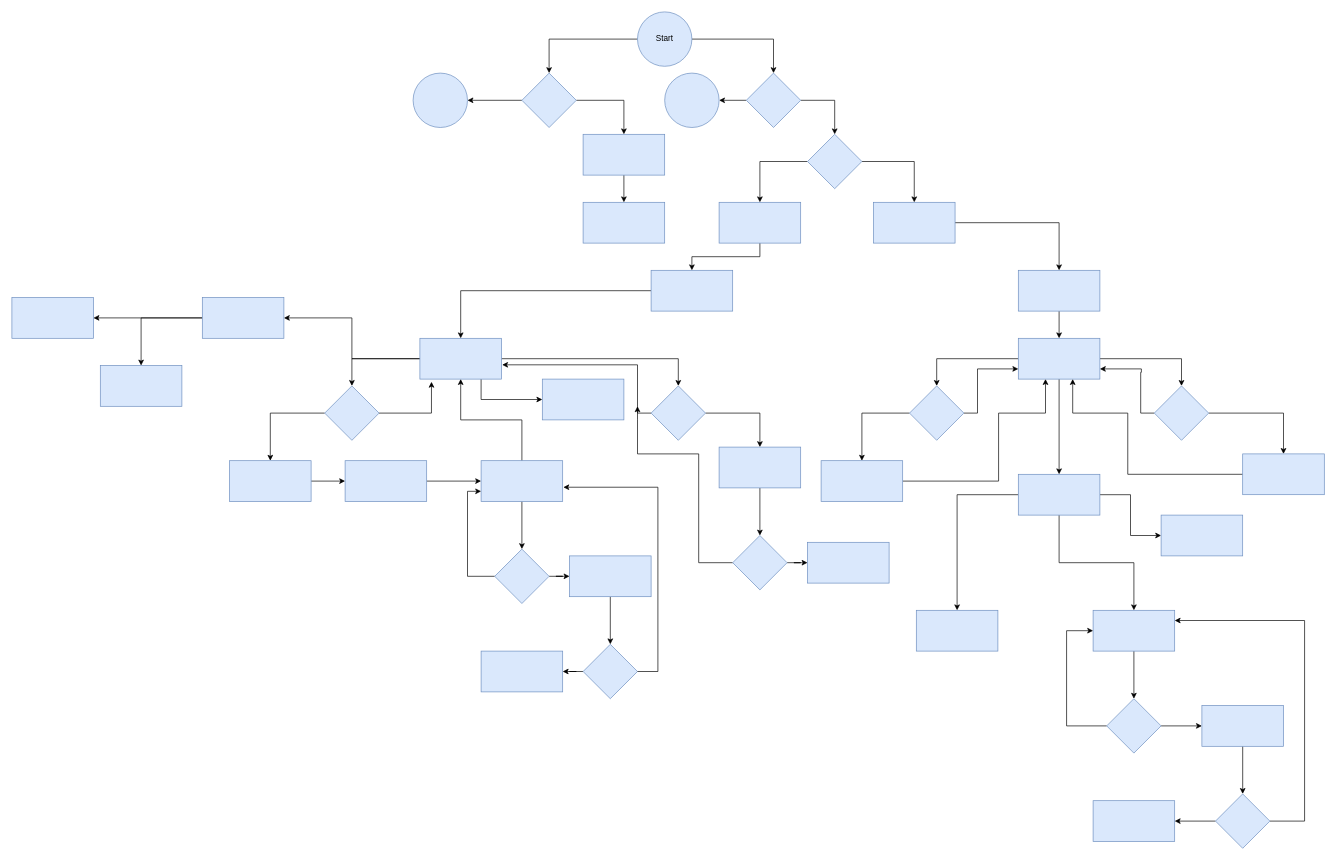
MaximKolody/MaximKolody1 keeps this draw.io diagram as Діаграма без назви.drawio. Above is the earlier version. Source tidied: cells renumbered, new cells numbered last; positions are measured from the earlier drawing's top-left corner, leaving out a move shared by most shapes. Both pictures are drawn from the tidied source at 68%, with x=0, y=0 at pixel (12, 12).
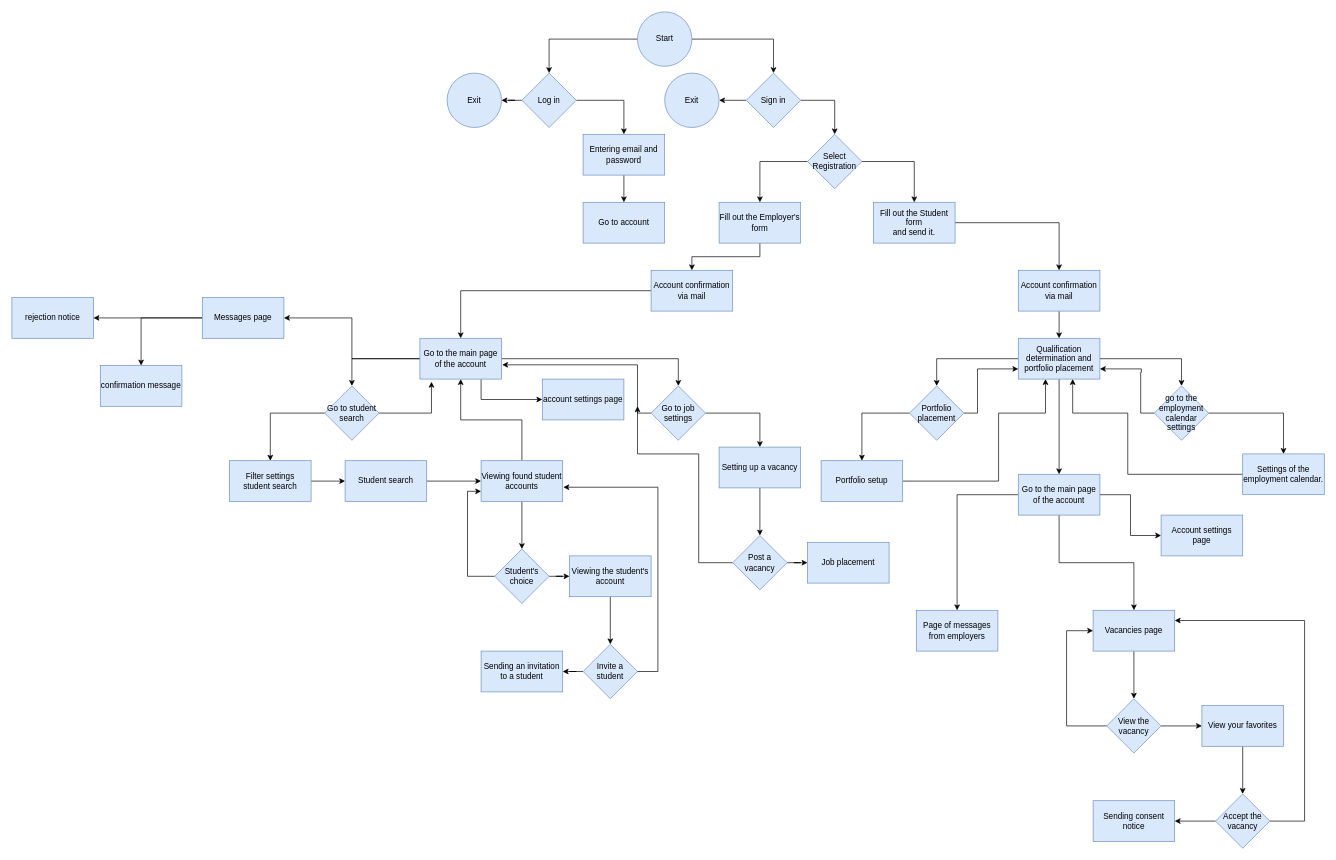
After the change.

Change to the diagram source:
```diff
@@
-    <mxCell id="7" style="rhombus;whiteSpace=wrap;html=1;fillColor=#dae8fc;strokeColor=#6c8ebf;" parent="1" vertex="1">
+    <mxCell id="7" value="Sign in" style="rhombus;whiteSpace=wrap;html=1;fillColor=#dae8fc;strokeColor=#6c8ebf;" parent="1" vertex="1">
       <mxGeometry x="1080" y="90" width="80" height="80" as="geometry" />
     </mxCell>
@@
-    <mxCell id="10" style="rhombus;whiteSpace=wrap;html=1;fillColor=#dae8fc;strokeColor=#6c8ebf;" parent="1" vertex="1">
+    <mxCell id="10" value="Log in" style="rhombus;whiteSpace=wrap;html=1;fillColor=#dae8fc;strokeColor=#6c8ebf;" parent="1" vertex="1">
       <mxGeometry x="750" y="90" width="80" height="80" as="geometry" />
     </mxCell>
-    <mxCell id="11" style="ellipse;whiteSpace=wrap;html=1;fillColor=#dae8fc;strokeColor=#6c8ebf;" parent="1" vertex="1">
+    <mxCell id="11" value="Exit" style="ellipse;whiteSpace=wrap;html=1;fillColor=#dae8fc;strokeColor=#6c8ebf;" parent="1" vertex="1">
       <mxGeometry x="960" y="90" width="80" height="80" as="geometry" />
     </mxCell>
@@
-    <mxCell id="14" style="rhombus;whiteSpace=wrap;html=1;fillColor=#dae8fc;strokeColor=#6c8ebf;" parent="1" vertex="1">
+    <mxCell id="14" value="Select Registration" style="rhombus;whiteSpace=wrap;html=1;fillColor=#dae8fc;strokeColor=#6c8ebf;" parent="1" vertex="1">
       <mxGeometry x="1170" y="180" width="80" height="80" as="geometry" />
     </mxCell>
@@
-    <mxCell id="16" style="whiteSpace=wrap;html=1;fillColor=#dae8fc;strokeColor=#6c8ebf;" parent="1" vertex="1">
+    <mxCell id="16" value="Fill out the Employer's form" style="whiteSpace=wrap;html=1;fillColor=#dae8fc;strokeColor=#6c8ebf;" parent="1" vertex="1">
       <mxGeometry x="1040" y="280" width="120" height="60" as="geometry" />
     </mxCell>
@@
-    <mxCell id="18" style="whiteSpace=wrap;html=1;fillColor=#dae8fc;strokeColor=#6c8ebf;" parent="1" vertex="1">
+    <mxCell id="18" value="&lt;div&gt;Fill out the Student form&lt;/div&gt;&lt;div&gt;and send it.&lt;/div&gt;" style="whiteSpace=wrap;html=1;fillColor=#dae8fc;strokeColor=#6c8ebf;" parent="1" vertex="1">
       <mxGeometry x="1267" y="280" width="120" height="60" as="geometry" />
     </mxCell>
@@
-    <mxCell id="20" style="whiteSpace=wrap;html=1;fillColor=#dae8fc;strokeColor=#6c8ebf;" parent="1" vertex="1">
+    <mxCell id="20" value="Account confirmation via mail" style="whiteSpace=wrap;html=1;fillColor=#dae8fc;strokeColor=#6c8ebf;" parent="1" vertex="1">
       <mxGeometry x="1480" y="380" width="120" height="60" as="geometry" />
     </mxCell>
@@
-    <mxCell id="24" style="whiteSpace=wrap;html=1;fillColor=#dae8fc;strokeColor=#6c8ebf;" parent="1" vertex="1">
+    <mxCell id="24" value="Qualification determination and portfolio placement" style="whiteSpace=wrap;html=1;fillColor=#dae8fc;strokeColor=#6c8ebf;" parent="1" vertex="1">
       <mxGeometry x="1480" y="480" width="120" height="60" as="geometry" />
     </mxCell>
@@
-    <mxCell id="27" style="rhombus;whiteSpace=wrap;html=1;fillColor=#dae8fc;strokeColor=#6c8ebf;" parent="1" vertex="1">
+    <mxCell id="27" value="Portfolio placement" style="rhombus;whiteSpace=wrap;html=1;fillColor=#dae8fc;strokeColor=#6c8ebf;" parent="1" vertex="1">
       <mxGeometry x="1320" y="550" width="80" height="80" as="geometry" />
     </mxCell>
@@
-    <mxCell id="30" style="rhombus;whiteSpace=wrap;html=1;fillColor=#dae8fc;strokeColor=#6c8ebf;" parent="1" vertex="1">
+    <mxCell id="30" value="go to the employment calendar settings" style="rhombus;whiteSpace=wrap;html=1;fillColor=#dae8fc;strokeColor=#6c8ebf;" parent="1" vertex="1">
       <mxGeometry x="1680" y="550" width="80" height="80" as="geometry" />
     </mxCell>
@@
-    <mxCell id="32" style="whiteSpace=wrap;html=1;fillColor=#dae8fc;strokeColor=#6c8ebf;" parent="1" vertex="1">
+    <mxCell id="32" value="Settings of the employment calendar." style="whiteSpace=wrap;html=1;fillColor=#dae8fc;strokeColor=#6c8ebf;" parent="1" vertex="1">
       <mxGeometry x="1810" y="650" width="120" height="60" as="geometry" />
     </mxCell>
@@
-    <mxCell id="36" style="whiteSpace=wrap;html=1;fillColor=#dae8fc;strokeColor=#6c8ebf;" parent="1" vertex="1">
+    <mxCell id="36" value="Go to the main page of the account" style="whiteSpace=wrap;html=1;fillColor=#dae8fc;strokeColor=#6c8ebf;" parent="1" vertex="1">
       <mxGeometry x="1480" y="680" width="120" height="60" as="geometry" />
     </mxCell>
@@
-    <mxCell id="38" style="whiteSpace=wrap;html=1;fillColor=#dae8fc;strokeColor=#6c8ebf;" parent="1" vertex="1">
+    <mxCell id="38" value="Portfolio setup" style="whiteSpace=wrap;html=1;fillColor=#dae8fc;strokeColor=#6c8ebf;" parent="1" vertex="1">
       <mxGeometry x="1190" y="660" width="120" height="60" as="geometry" />
     </mxCell>
-    <mxCell id="39" style="whiteSpace=wrap;html=1;fillColor=#dae8fc;strokeColor=#6c8ebf;" parent="1" vertex="1">
+    <mxCell id="39" value="Account settings page" style="whiteSpace=wrap;html=1;fillColor=#dae8fc;strokeColor=#6c8ebf;" parent="1" vertex="1">
       <mxGeometry x="1690" y="740" width="120" height="60" as="geometry" />
     </mxCell>
@@
-    <mxCell id="41" style="whiteSpace=wrap;html=1;fillColor=#dae8fc;strokeColor=#6c8ebf;" parent="1" vertex="1">
+    <mxCell id="41" value="Vacancies page" style="whiteSpace=wrap;html=1;fillColor=#dae8fc;strokeColor=#6c8ebf;" parent="1" vertex="1">
       <mxGeometry x="1590" y="880" width="120" height="60" as="geometry" />
     </mxCell>
-    <mxCell id="42" style="whiteSpace=wrap;html=1;fillColor=#dae8fc;strokeColor=#6c8ebf;" parent="1" vertex="1">
+    <mxCell id="42" value="Page of messages from employers" style="whiteSpace=wrap;html=1;fillColor=#dae8fc;strokeColor=#6c8ebf;" parent="1" vertex="1">
       <mxGeometry x="1330" y="880" width="120" height="60" as="geometry" />
     </mxCell>
@@
-    <mxCell id="45" style="rhombus;whiteSpace=wrap;html=1;fillColor=#dae8fc;strokeColor=#6c8ebf;" parent="1" vertex="1">
+    <mxCell id="45" value="View the vacancy" style="rhombus;whiteSpace=wrap;html=1;fillColor=#dae8fc;strokeColor=#6c8ebf;" parent="1" vertex="1">
       <mxGeometry x="1610" y="1010" width="80" height="80" as="geometry" />
     </mxCell>
@@
-    <mxCell id="47" style="whiteSpace=wrap;html=1;fillColor=#dae8fc;strokeColor=#6c8ebf;" parent="1" vertex="1">
+    <mxCell id="47" value="View your favorites" style="whiteSpace=wrap;html=1;fillColor=#dae8fc;strokeColor=#6c8ebf;" parent="1" vertex="1">
       <mxGeometry x="1750" y="1020" width="120" height="60" as="geometry" />
     </mxCell>
@@
-    <mxCell id="50" style="rhombus;whiteSpace=wrap;html=1;fillColor=#dae8fc;strokeColor=#6c8ebf;" parent="1" vertex="1">
+    <mxCell id="50" value="Accept the vacancy" style="rhombus;whiteSpace=wrap;html=1;fillColor=#dae8fc;strokeColor=#6c8ebf;" parent="1" vertex="1">
       <mxGeometry x="1770" y="1150" width="80" height="80" as="geometry" />
     </mxCell>
-    <mxCell id="51" style="whiteSpace=wrap;html=1;fillColor=#dae8fc;strokeColor=#6c8ebf;" parent="1" vertex="1">
+    <mxCell id="51" value="Sending consent notice" style="whiteSpace=wrap;html=1;fillColor=#dae8fc;strokeColor=#6c8ebf;" parent="1" vertex="1">
       <mxGeometry x="1590" y="1160" width="120" height="60" as="geometry" />
     </mxCell>
-    <mxCell id="52" style="ellipse;whiteSpace=wrap;html=1;fillColor=#dae8fc;strokeColor=#6c8ebf;" parent="1" vertex="1">
-      <mxGeometry x="590" y="90" width="80" height="80" as="geometry" />
+    <mxCell id="52" value="Exit" style="ellipse;whiteSpace=wrap;html=1;fillColor=#dae8fc;strokeColor=#6c8ebf;" parent="1" vertex="1">
+      <mxGeometry x="640" y="90" width="80" height="80" as="geometry" />
     </mxCell>
@@
-    <mxCell id="54" style="whiteSpace=wrap;html=1;fillColor=#dae8fc;strokeColor=#6c8ebf;" parent="1" vertex="1">
+    <mxCell id="54" value="Entering email and password" style="whiteSpace=wrap;html=1;fillColor=#dae8fc;strokeColor=#6c8ebf;" parent="1" vertex="1">
       <mxGeometry x="840" y="180" width="120" height="60" as="geometry" />
     </mxCell>
-    <mxCell id="55" style="whiteSpace=wrap;html=1;fillColor=#dae8fc;strokeColor=#6c8ebf;" parent="1" vertex="1">
+    <mxCell id="55" value="Go to account" style="whiteSpace=wrap;html=1;fillColor=#dae8fc;strokeColor=#6c8ebf;" parent="1" vertex="1">
       <mxGeometry x="840" y="280" width="120" height="60" as="geometry" />
     </mxCell>
@@
-    <mxCell id="57" style="whiteSpace=wrap;html=1;fillColor=#dae8fc;strokeColor=#6c8ebf;" parent="1" vertex="1">
+    <mxCell id="57" value="Account confirmation via mail" style="whiteSpace=wrap;html=1;fillColor=#dae8fc;strokeColor=#6c8ebf;" parent="1" vertex="1">
       <mxGeometry x="940" y="380" width="120" height="60" as="geometry" />
     </mxCell>
@@
-    <mxCell id="62" style="whiteSpace=wrap;html=1;fillColor=#dae8fc;strokeColor=#6c8ebf;" parent="1" vertex="1">
+    <mxCell id="62" value="Go to the main page of the account" style="whiteSpace=wrap;html=1;fillColor=#dae8fc;strokeColor=#6c8ebf;" parent="1" vertex="1">
       <mxGeometry x="600" y="480" width="120" height="60" as="geometry" />
     </mxCell>
@@
-    <mxCell id="64" style="rhombus;whiteSpace=wrap;html=1;fillColor=#dae8fc;strokeColor=#6c8ebf;" parent="1" vertex="1">
+    <mxCell id="64" value="Go to student search" style="rhombus;whiteSpace=wrap;html=1;fillColor=#dae8fc;strokeColor=#6c8ebf;" parent="1" vertex="1">
       <mxGeometry x="460" y="550" width="80" height="80" as="geometry" />
     </mxCell>
@@
-    <mxCell id="68" style="whiteSpace=wrap;html=1;fillColor=#dae8fc;strokeColor=#6c8ebf;" parent="1" vertex="1">
+    <mxCell id="68" value="Messages page" style="whiteSpace=wrap;html=1;fillColor=#dae8fc;strokeColor=#6c8ebf;" parent="1" vertex="1">
       <mxGeometry x="280" y="420" width="120" height="60" as="geometry" />
     </mxCell>
-    <mxCell id="69" style="whiteSpace=wrap;html=1;fillColor=#dae8fc;strokeColor=#6c8ebf;" parent="1" vertex="1">
+    <mxCell id="69" value="confirmation message" style="whiteSpace=wrap;html=1;fillColor=#dae8fc;strokeColor=#6c8ebf;" parent="1" vertex="1">
       <mxGeometry x="130" y="520" width="120" height="60" as="geometry" />
     </mxCell>
-    <mxCell id="70" style="whiteSpace=wrap;html=1;fillColor=#dae8fc;strokeColor=#6c8ebf;" parent="1" vertex="1">
+    <mxCell id="70" value="rejection notice" style="whiteSpace=wrap;html=1;fillColor=#dae8fc;strokeColor=#6c8ebf;" parent="1" vertex="1">
       <mxGeometry y="420" width="120" height="60" as="geometry" />
     </mxCell>
@@
-    <mxCell id="72" style="whiteSpace=wrap;html=1;fillColor=#dae8fc;strokeColor=#6c8ebf;" parent="1" vertex="1">
+    <mxCell id="72" value="&lt;div&gt;Filter settings&lt;/div&gt;&lt;div&gt;student search&lt;/div&gt;" style="whiteSpace=wrap;html=1;fillColor=#dae8fc;strokeColor=#6c8ebf;" parent="1" vertex="1">
       <mxGeometry x="320" y="660" width="120" height="60" as="geometry" />
     </mxCell>
@@
-    <mxCell id="74" style="whiteSpace=wrap;html=1;fillColor=#dae8fc;strokeColor=#6c8ebf;" parent="1" vertex="1">
+    <mxCell id="74" value="Student search" style="whiteSpace=wrap;html=1;fillColor=#dae8fc;strokeColor=#6c8ebf;" parent="1" vertex="1">
       <mxGeometry x="490" y="660" width="120" height="60" as="geometry" />
     </mxCell>
@@
-    <mxCell id="77" style="whiteSpace=wrap;html=1;fillColor=#dae8fc;strokeColor=#6c8ebf;" parent="1" vertex="1">
+    <mxCell id="77" value="Viewing found student accounts" style="whiteSpace=wrap;html=1;fillColor=#dae8fc;strokeColor=#6c8ebf;" parent="1" vertex="1">
       <mxGeometry x="690" y="660" width="120" height="60" as="geometry" />
     </mxCell>
-    <mxCell id="78" style="whiteSpace=wrap;html=1;fillColor=#dae8fc;strokeColor=#6c8ebf;" parent="1" vertex="1">
+    <mxCell id="78" value="account settings page" style="whiteSpace=wrap;html=1;fillColor=#dae8fc;strokeColor=#6c8ebf;" parent="1" vertex="1">
       <mxGeometry x="780" y="540" width="120" height="60" as="geometry" />
     </mxCell>
@@
-    <mxCell id="80" style="rhombus;whiteSpace=wrap;html=1;fillColor=#dae8fc;strokeColor=#6c8ebf;" parent="1" vertex="1">
+    <mxCell id="80" value="Go to job settings" style="rhombus;whiteSpace=wrap;html=1;fillColor=#dae8fc;strokeColor=#6c8ebf;" parent="1" vertex="1">
       <mxGeometry x="940" y="550" width="80" height="80" as="geometry" />
     </mxCell>
@@
-    <mxCell id="84" style="rhombus;whiteSpace=wrap;html=1;fillColor=#dae8fc;strokeColor=#6c8ebf;" parent="1" vertex="1">
+    <mxCell id="84" value="Student's choice" style="rhombus;whiteSpace=wrap;html=1;fillColor=#dae8fc;strokeColor=#6c8ebf;" parent="1" vertex="1">
       <mxGeometry x="710" y="790" width="80" height="80" as="geometry" />
     </mxCell>
@@
-    <mxCell id="86" style="whiteSpace=wrap;html=1;fillColor=#dae8fc;strokeColor=#6c8ebf;" parent="1" vertex="1">
+    <mxCell id="86" value="Viewing the student's account" style="whiteSpace=wrap;html=1;fillColor=#dae8fc;strokeColor=#6c8ebf;" parent="1" vertex="1">
       <mxGeometry x="820" y="800" width="120" height="60" as="geometry" />
     </mxCell>
@@
-    <mxCell id="88" style="rhombus;whiteSpace=wrap;html=1;fillColor=#dae8fc;strokeColor=#6c8ebf;" parent="1" vertex="1">
+    <mxCell id="88" value="Invite a student" style="rhombus;whiteSpace=wrap;html=1;fillColor=#dae8fc;strokeColor=#6c8ebf;" parent="1" vertex="1">
       <mxGeometry x="840" y="930" width="80" height="80" as="geometry" />
     </mxCell>
@@
-    <mxCell id="90" style="whiteSpace=wrap;html=1;fillColor=#dae8fc;strokeColor=#6c8ebf;" parent="1" vertex="1">
+    <mxCell id="90" value="Sending an invitation to a student" style="whiteSpace=wrap;html=1;fillColor=#dae8fc;strokeColor=#6c8ebf;" parent="1" vertex="1">
       <mxGeometry x="690" y="940" width="120" height="60" as="geometry" />
     </mxCell>
@@
-    <mxCell id="92" style="whiteSpace=wrap;html=1;fillColor=#dae8fc;strokeColor=#6c8ebf;" parent="1" vertex="1">
+    <mxCell id="92" value="Setting up a vacancy" style="whiteSpace=wrap;html=1;fillColor=#dae8fc;strokeColor=#6c8ebf;" parent="1" vertex="1">
       <mxGeometry x="1040" y="640" width="120" height="60" as="geometry" />
     </mxCell>
@@
-    <mxCell id="95" style="rhombus;whiteSpace=wrap;html=1;fillColor=#dae8fc;strokeColor=#6c8ebf;" parent="1" vertex="1">
+    <mxCell id="95" value="Post a vacancy" style="rhombus;whiteSpace=wrap;html=1;fillColor=#dae8fc;strokeColor=#6c8ebf;" parent="1" vertex="1">
       <mxGeometry x="1060" y="770" width="80" height="80" as="geometry" />
     </mxCell>
-    <mxCell id="96" style="whiteSpace=wrap;html=1;fillColor=#dae8fc;strokeColor=#6c8ebf;" parent="1" vertex="1">
+    <mxCell id="96" value="Job placement" style="whiteSpace=wrap;html=1;fillColor=#dae8fc;strokeColor=#6c8ebf;" parent="1" vertex="1">
       <mxGeometry x="1170" y="780" width="120" height="60" as="geometry" />
     </mxCell>
```
